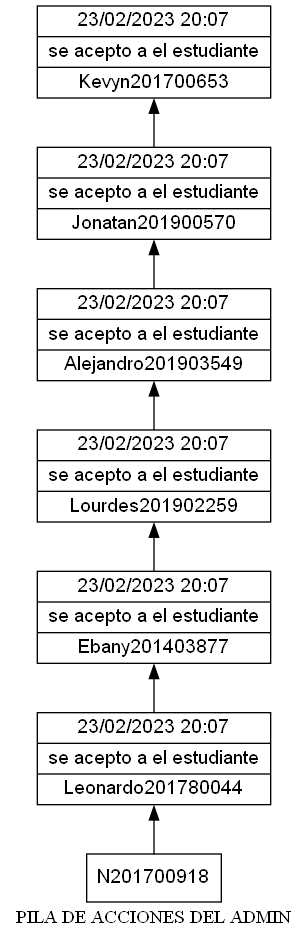
Above: EDD_Proyecto1_Fase1/pila.png in Nahomi-Aparicio/EDD_1S2023_PY_202113293_F1 (Graphviz), before the change. Its source is kept beside it as EDD_Proyecto1_Fase1/pila.dot.
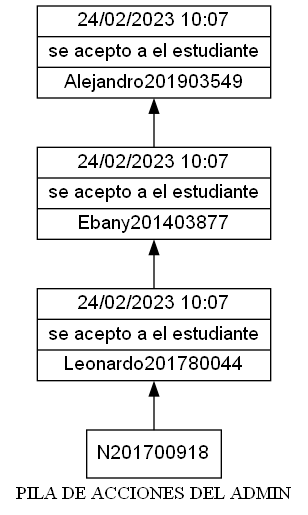
Above is the later version.

The edit, as a diff of the source:
```diff
@@ -3,16 +3,10 @@
 node [shape=box];
 node [shape=record fontname=Arial]
 label = "PILA DE ACCIONES DEL ADMIN";
-N201700653[label="{23/02/2023      20:07     |se acepto a el estudiante|Kevyn201700653}"];
-N201900570->N201700653;
-N201900570[label="{23/02/2023      20:07     |se acepto a el estudiante|Jonatan201900570}"];
-N201903549->N201900570;
-N201903549[label="{23/02/2023      20:07     |se acepto a el estudiante|Alejandro201903549}"];
-N201902259->N201903549;
-N201902259[label="{23/02/2023      20:07     |se acepto a el estudiante|Lourdes201902259}"];
-N201403877->N201902259;
-N201403877[label="{23/02/2023      20:07     |se acepto a el estudiante|Ebany201403877}"];
+N201903549[label="{24/02/2023      10:07     |se acepto a el estudiante|Alejandro201903549}"];
+N201403877->N201903549;
+N201403877[label="{24/02/2023      10:07     |se acepto a el estudiante|Ebany201403877}"];
 N201780044->N201403877;
-N201780044[label="{23/02/2023      20:07     |se acepto a el estudiante|Leonardo201780044}"];
+N201780044[label="{24/02/2023      10:07     |se acepto a el estudiante|Leonardo201780044}"];
 N201700918->N201780044;
 }
```
